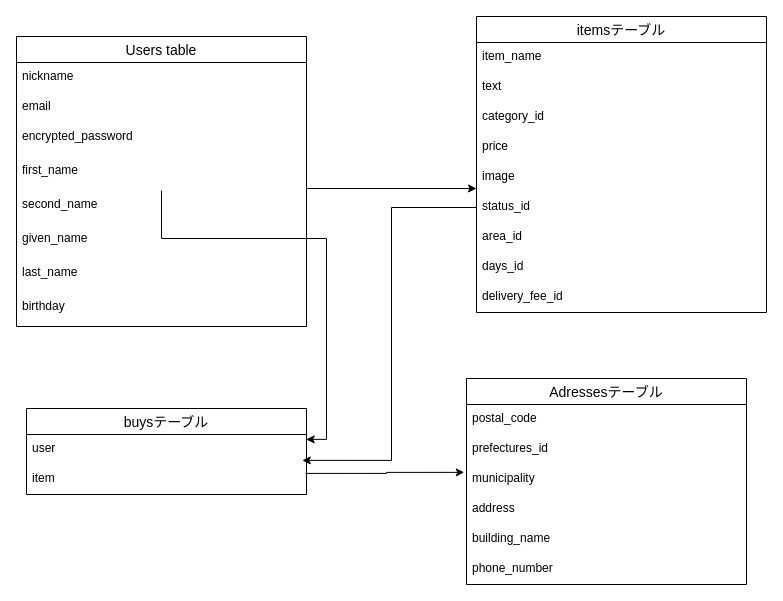
Above: furima-34571.dio in toi0214/furima-34571 (draw.io), before the change. Source tidied: cells renumbered, new cells numbered last; positions are measured from the earlier drawing's top-left corner, leaving out a move shared by most shapes. Both pictures are drawn from the tidied source at 100%, with x=0, y=0 at pixel (16, 16).
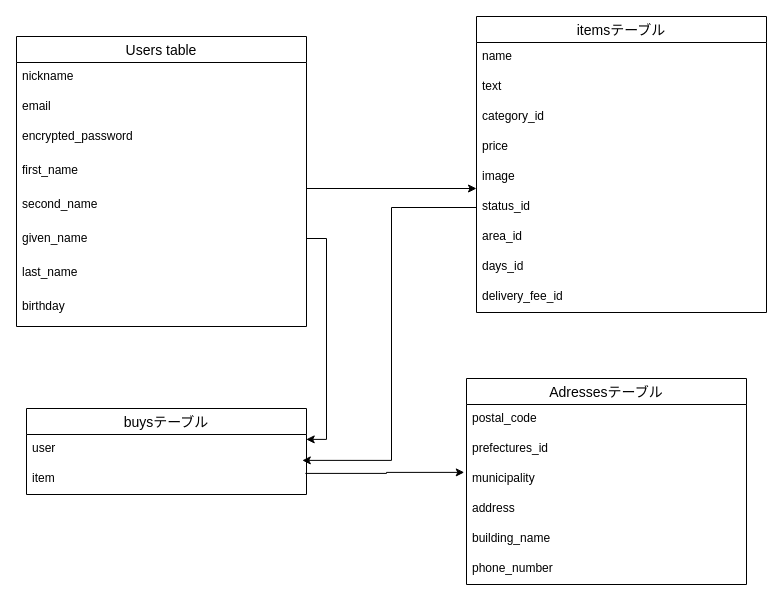
The same page after the edit.

The change refers to these unchanged cells:
```xml
<mxCell id="6" value="first_name" style="text;strokeColor=none;fillColor=none;spacingLeft=4;spacingRight=4;overflow=hidden;points=[[0,0.5],[1,0.5]];portConstraint=eastwest;fontSize=12;" parent="2" vertex="1">
  <mxGeometry y="120" width="290" height="34" as="geometry" />
</mxCell>
<mxCell id="11" value="itemsテーブル" style="swimlane;fontStyle=0;horizontal=1;startSize=26;align=center;fontSize=14;" parent="1" vertex="1">
  <mxGeometry x="460" width="290" height="296" as="geometry" />
</mxCell>
<mxCell id="23" value="user" style="text;strokeColor=none;fillColor=none;spacingLeft=4;spacingRight=4;overflow=hidden;points=[[0,0.5],[1,0.5]];portConstraint=eastwest;fontSize=12;" parent="22" vertex="1">
  <mxGeometry y="26" width="280" height="30" as="geometry" />
</mxCell>
```

Diff of the diagram source:
```diff
@@
-    <mxCell id="12" value="item_name" style="text;strokeColor=none;fillColor=none;spacingLeft=4;spacingRight=4;overflow=hidden;fontSize=12;" parent="11" vertex="1">
+    <mxCell id="12" value="name" style="text;strokeColor=none;fillColor=none;spacingLeft=4;spacingRight=4;overflow=hidden;fontSize=12;" parent="11" vertex="1">
       <mxGeometry y="26" width="290" height="30" as="geometry" />
     </mxCell>
@@
     <mxCell id="34" style="edgeStyle=orthogonalEdgeStyle;rounded=0;jettySize=auto;html=1;entryX=0.999;entryY=0.163;entryDx=0;entryDy=0;entryPerimeter=0;" parent="1" edge="1" source="6" target="23">
       <mxGeometry relative="1" as="geometry">
         <Array as="points">
-          <mxPoint x="145" y="222" />
+          <mxPoint x="290" y="222" />
           <mxPoint x="310" y="222" />
           <mxPoint x="310" y="423" />
         </Array>
       </mxGeometry>
     </mxCell>
```
